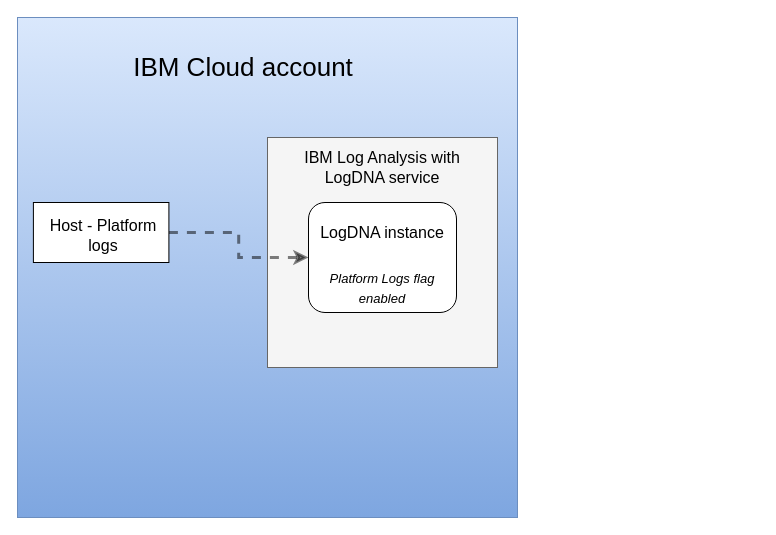
Earlier version of the draw.io diagram images/Logging-platform-services.drawio (ibm-cloud-docs/log-analysis). Source tidied: cells renumbered, new cells numbered last; positions are measured from the earlier drawing's top-left corner, leaving out a move shared by most shapes. Both pictures are drawn from the tidied source at 100%, with x=0, y=0 at pixel (17, 17).
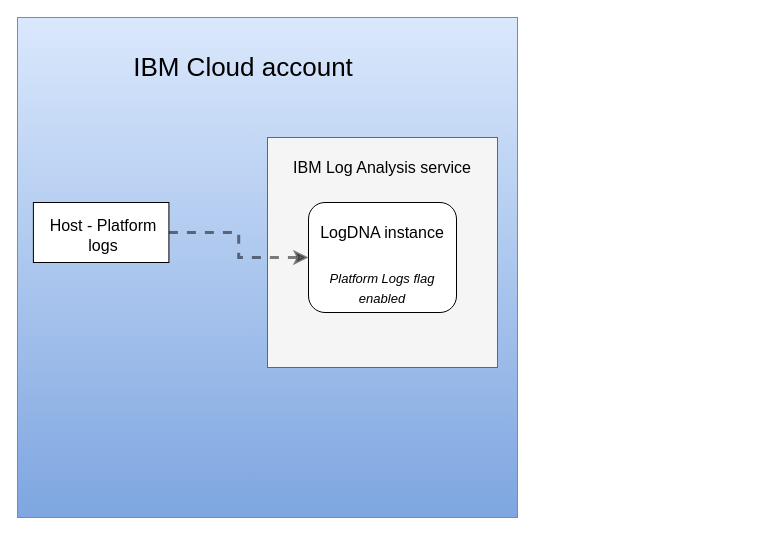
The same diagram, later.

The edit, as a diff of the source:
```diff
@@
 <mxGraphModel>
   <root>
     <mxCell id="0" />
     <mxCell id="1" parent="0" />
     <mxCell id="2" style="whiteSpace=wrap;html=1;fillColor=#dae8fc;strokeColor=#6c8ebf;gradientColor=#7ea6e0;" parent="1" vertex="1">
       <mxGeometry width="500" height="500" as="geometry" />
     </mxCell>
     <mxCell id="3" style="whiteSpace=wrap;html=1;fillColor=#f5f5f5;strokeColor=#666666;fontColor=#333333;" parent="1" vertex="1">
       <mxGeometry x="250" y="120" width="230" height="230" as="geometry" />
     </mxCell>
     <mxCell id="4" value="&lt;font style=&quot;font-size: 26px&quot;&gt;IBM Cloud account&lt;/font&gt; " style="text;html=1;strokeColor=none;fillColor=none;align=center;verticalAlign=middle;whiteSpace=wrap;rounded=0;" parent="1" vertex="1">
       <mxGeometry x="15.9" y="40" width="420" height="20" as="geometry" />
     </mxCell>
     <mxCell id="5" style="rounded=1;whiteSpace=wrap;html=1;" parent="1" vertex="1">
       <mxGeometry x="291" y="185" width="148" height="110" as="geometry" />
     </mxCell>
     <mxCell id="6" value="LogDNA instance" style="text;html=1;strokeColor=none;fillColor=none;align=center;verticalAlign=middle;whiteSpace=wrap;rounded=0;fontSize=16;" parent="1" vertex="1">
       <mxGeometry x="300" y="205" width="130" height="20" as="geometry" />
     </mxCell>
-    <mxCell id="7" value="&lt;font style=&quot;font-size: 16px&quot;&gt;IBM Log Analysis with LogDNA service&lt;/font&gt; " style="text;html=1;strokeColor=none;fillColor=none;align=center;verticalAlign=middle;whiteSpace=wrap;rounded=0;" parent="1" vertex="1">
+    <mxCell id="7" value="&lt;font style=&quot;font-size: 16px&quot;&gt;IBM Log Analysis service&lt;/font&gt; " style="text;html=1;strokeColor=none;fillColor=none;align=center;verticalAlign=middle;whiteSpace=wrap;rounded=0;" parent="1" vertex="1">
       <mxGeometry x="260" y="130" width="210" height="40" as="geometry" />
     </mxCell>
     <mxCell id="8" style="edgeStyle=orthogonalEdgeStyle;rounded=0;comic=0;jumpStyle=none;jumpSize=9;jettySize=auto;html=1;dashed=1;endSize=6;strokeColor=#000000;strokeWidth=3;fontSize=16;opacity=50;entryX=0;entryY=0.5;entryDx=0;entryDy=0;" parent="1" edge="1" source="9" target="5">
       <mxGeometry relative="1" as="geometry" />
     </mxCell>
     <mxCell id="9" style="rounded=0;whiteSpace=wrap;html=1;fontSize=16;" parent="1" vertex="1">
       <mxGeometry x="15.9" y="185" width="135.5" height="60" as="geometry" />
     </mxCell>
     <mxCell id="10" value="Host - Platform logs" style="text;html=1;strokeColor=none;fillColor=none;align=center;verticalAlign=middle;whiteSpace=wrap;rounded=0;fontSize=16;" parent="1" vertex="1">
       <mxGeometry x="15.9" y="215" width="140" height="5" as="geometry" />
     </mxCell>
     <mxCell id="11" style="endArrow=classic;html=1;dashed=1;strokeColor=#000000;strokeWidth=15;fontSize=16;opacity=0;" parent="1" edge="1">
       <mxGeometry relative="1" as="geometry">
         <mxPoint x="675.8" y="384.1" as="sourcePoint" />
         <mxPoint x="725.8" y="334.1" as="targetPoint" />
       </mxGeometry>
     </mxCell>
     <mxCell id="12" style="endArrow=none;dashed=1;html=1;strokeColor=#000000;strokeWidth=15;fontSize=16;opacity=0;" parent="1" edge="1">
       <mxGeometry relative="1" as="geometry">
         <mxPoint x="675.8" y="374.1" as="sourcePoint" />
         <mxPoint x="725.8" y="324.1" as="targetPoint" />
       </mxGeometry>
     </mxCell>
     <mxCell id="13" value="&lt;font style=&quot;font-size: 13px&quot;&gt;&lt;i&gt;Platform Logs flag enabled&lt;/i&gt;&lt;/font&gt;" style="text;html=1;strokeColor=none;fillColor=none;align=center;verticalAlign=middle;whiteSpace=wrap;rounded=0;fontSize=16;" parent="1" vertex="1">
       <mxGeometry x="300" y="260" width="130" height="20" as="geometry" />
     </mxCell>
   </root>
 </mxGraphModel>
```
